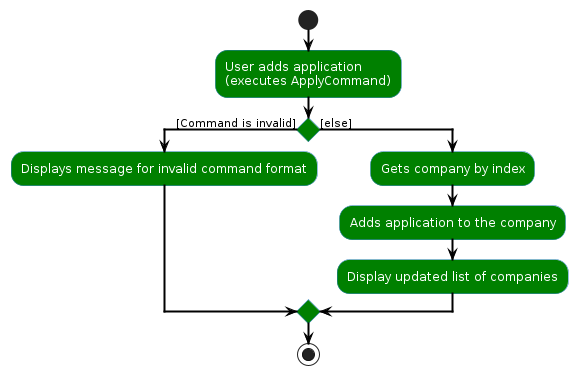
AY2425S1-CS2103T-T09-1/tp keeps this PlantUML diagram as diagrams/ApplyCommandActivity.png. Above is the earlier version. Its source is kept beside it as diagrams/ApplyCommandActivity.puml.
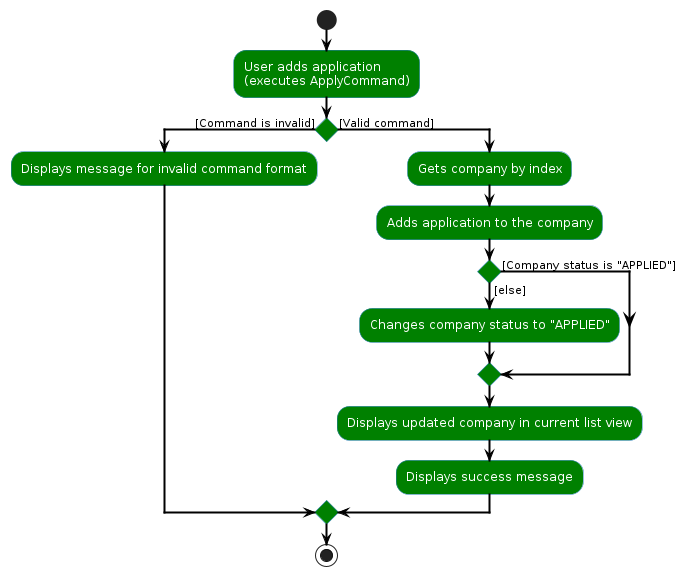
Later version of the same file.

Diff of the diagram source:
```diff
@@ -1,28 +1,30 @@
 @startuml
 skinparam {
   backgroundColor white
-
   ArrowColor black
   ArrowThickness 2
-
   ActivityBackgroundColor green
   ActivityBorderColor #2980B9
   ActivityFontColor white
 }
-
 start
 :User adds application\n(executes ApplyCommand);
 
-If () then ([Command is invalid])
+if () then ([Command is invalid])
     :Displays message for invalid command format;
+else ([Valid command])
+    :Gets company by index;
 
-    else ([else])
+    :Adds application to the company;
 
-        :Gets company by index;
-        :Adds application to the company;
-        :Display updated list of companies;
+    if () then ([else])
+        :Changes company status to "APPLIED";
+    else ([Company status is "APPLIED"])
+    endif
+    :Displays updated company in current list view;
+    :Displays success message;
 
-        endif
+endif
 
 stop
 @enduml
```
